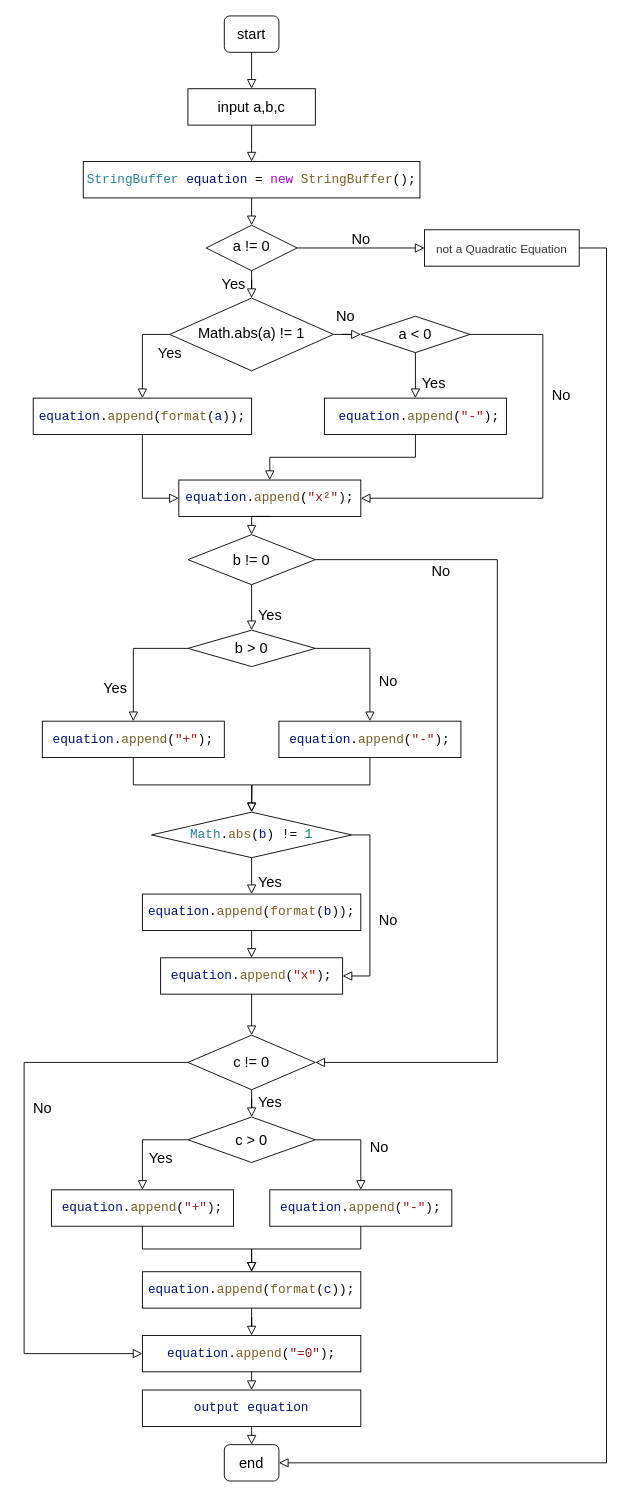
Earlier version of the draw.io diagram UML_practice/Untitled Diagram.drawio (rise0608/images). Source tidied: cells renumbered, new cells numbered last; positions are measured from the earlier drawing's top-left corner, leaving out a move shared by most shapes. Both pictures are drawn from the tidied source at 91%, with x=0, y=0 at pixel (24, 15).
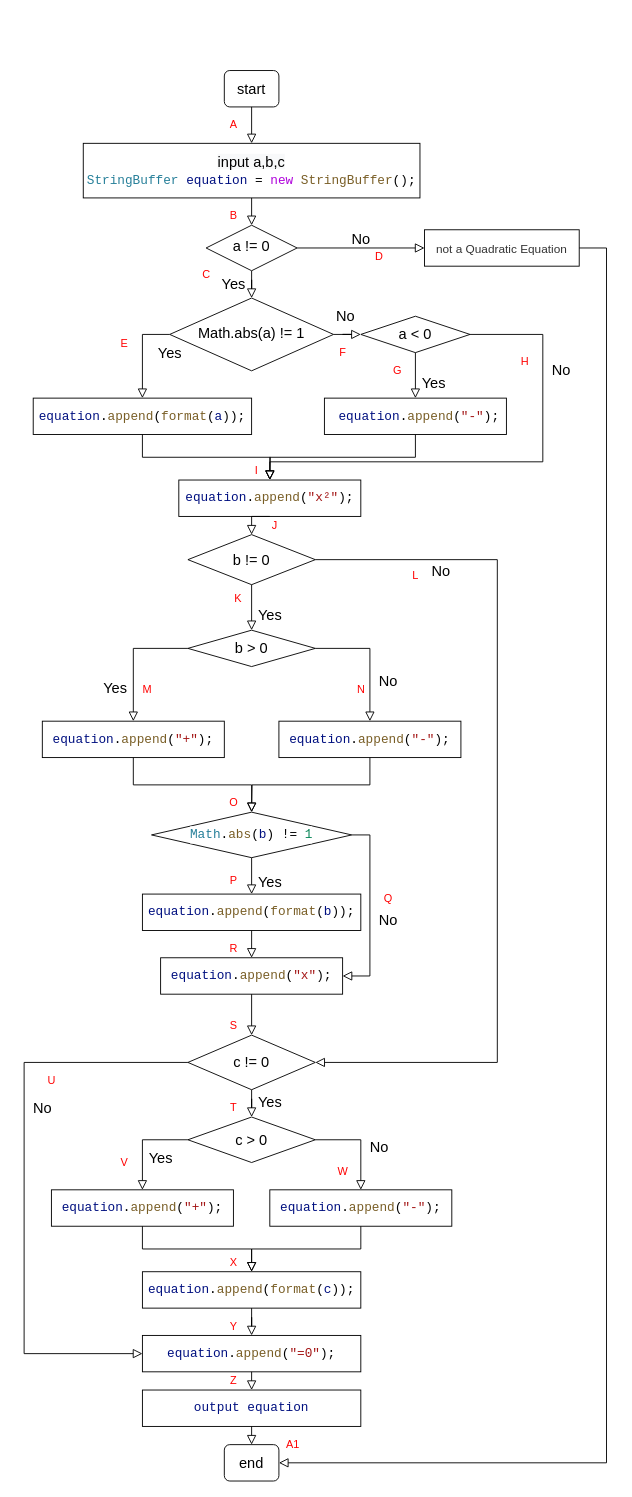
The same diagram, later.

The change refers to these unchanged cells:
```xml
<mxCell id="11" value="&lt;div style=&quot;background-color: rgb(255 , 255 , 255) ; font-family: &amp;#34;consolas&amp;#34; , &amp;#34;courier new&amp;#34; , monospace ; font-size: 14px ; line-height: 19px&quot;&gt;&lt;p&gt;&lt;span style=&quot;color: #001080&quot;&gt;equation&lt;/span&gt;.&lt;span style=&quot;color: #795e26&quot;&gt;append&lt;/span&gt;(&lt;span style=&quot;color: #795e26&quot;&gt;format&lt;/span&gt;(&lt;span style=&quot;color: #001080&quot;&gt;a&lt;/span&gt;));&lt;br&gt;&lt;/p&gt;&lt;/div&gt;" style="rounded=0;whiteSpace=wrap;html=1;fontSize=16;glass=0;strokeWidth=1;shadow=0;" parent="1" vertex="1">
  <mxGeometry x="10" y="420" width="240" height="40" as="geometry" />
</mxCell>
<mxCell id="12" value="a &amp;lt; 0" style="rhombus;whiteSpace=wrap;html=1;fontSize=16;" parent="1" vertex="1">
  <mxGeometry x="370" y="330" width="120" height="40" as="geometry" />
</mxCell>
<mxCell id="14" value="&lt;div style=&quot;background-color: rgb(255 , 255 , 255) ; font-family: &amp;#34;consolas&amp;#34; , &amp;#34;courier new&amp;#34; , monospace ; font-size: 14px ; line-height: 19px&quot;&gt;&lt;span style=&quot;color: #001080&quot;&gt;equation&lt;/span&gt;.&lt;span style=&quot;color: #795e26&quot;&gt;append&lt;/span&gt;(&lt;span style=&quot;color: #a31515&quot;&gt;&quot;x²&quot;&lt;/span&gt;);&lt;/div&gt;" style="rounded=0;whiteSpace=wrap;html=1;fontSize=16;glass=0;strokeWidth=1;shadow=0;" parent="1" vertex="1">
  <mxGeometry x="170" y="510" width="200" height="40" as="geometry" />
</mxCell>
```

What changed in the source:
```diff
@@
     <mxCell id="2" value="start" style="rounded=1;whiteSpace=wrap;html=1;fontSize=16;glass=0;strokeWidth=1;shadow=0;" parent="1" vertex="1">
-      <mxGeometry x="220" width="60" height="40" as="geometry" />
+      <mxGeometry x="220" y="60" width="60" height="40" as="geometry" />
     </mxCell>
@@
-    <mxCell id="17" value="No" style="rounded=0;html=1;jettySize=auto;fontSize=16;endArrow=block;endFill=0;endSize=8;strokeWidth=1;shadow=0;labelBackgroundColor=none;edgeStyle=orthogonalEdgeStyle;exitX=1;exitY=0.5;exitDx=0;exitDy=0;entryX=1;entryY=0.5;entryDx=0;entryDy=0;" parent="1" edge="1" source="12" target="14">
-      <mxGeometry x="-0.36" y="20" relative="1" as="geometry">
+    <mxCell id="17" value="No" style="rounded=0;html=1;jettySize=auto;fontSize=16;endArrow=block;endFill=0;endSize=8;strokeWidth=1;shadow=0;labelBackgroundColor=none;edgeStyle=orthogonalEdgeStyle;exitX=1;exitY=0.5;exitDx=0;exitDy=0;" parent="1" edge="1" source="12">
+      <mxGeometry x="-0.56" y="20" relative="1" as="geometry">
+        <mxPoint x="270" y="510" as="targetPoint" />
         <Array as="points">
           <mxPoint x="570" y="350" />
-          <mxPoint x="570" y="530" />
+          <mxPoint x="570" y="490" />
+          <mxPoint x="270" y="490" />
         </Array>
       </mxGeometry>
     </mxCell>
@@
-    <mxCell id="28" value="input a,b,c" style="rounded=0;whiteSpace=wrap;html=1;fontSize=16;glass=0;strokeWidth=1;shadow=0;" parent="1" vertex="1">
-      <mxGeometry x="180" y="80" width="140" height="40" as="geometry" />
-    </mxCell>
-    <mxCell id="29" style="rounded=0;html=1;jettySize=auto;fontSize=16;endArrow=block;endFill=0;endSize=8;strokeWidth=1;shadow=0;labelBackgroundColor=none;edgeStyle=orthogonalEdgeStyle;entryX=0.5;entryY=0;entryDx=0;entryDy=0;" parent="1" edge="1" source="28" target="50">
-      <mxGeometry y="20" relative="1" as="geometry" />
-    </mxCell>
-    <mxCell id="30" style="rounded=0;html=1;jettySize=auto;fontSize=16;endArrow=block;endFill=0;endSize=8;strokeWidth=1;shadow=0;labelBackgroundColor=none;edgeStyle=orthogonalEdgeStyle;exitX=0.5;exitY=1;exitDx=0;exitDy=0;entryX=0.5;entryY=0;entryDx=0;entryDy=0;" parent="1" edge="1" source="2" target="28">
+    <mxCell id="30" style="rounded=0;html=1;jettySize=auto;fontSize=16;endArrow=block;endFill=0;endSize=8;strokeWidth=1;shadow=0;labelBackgroundColor=none;edgeStyle=orthogonalEdgeStyle;exitX=0.5;exitY=1;exitDx=0;exitDy=0;entryX=0.5;entryY=0;entryDx=0;entryDy=0;" parent="1" edge="1" source="2" target="50">
       <mxGeometry y="20" relative="1" as="geometry" />
     </mxCell>
@@
-    <mxCell id="33" style="rounded=0;html=1;jettySize=auto;fontSize=16;endArrow=block;endFill=0;endSize=8;strokeWidth=1;shadow=0;labelBackgroundColor=none;edgeStyle=orthogonalEdgeStyle;entryX=0;entryY=0.5;entryDx=0;entryDy=0;exitX=0.5;exitY=1;exitDx=0;exitDy=0;" parent="1" edge="1" source="11" target="14">
-      <mxGeometry y="20" relative="1" as="geometry" />
+    <mxCell id="33" style="rounded=0;html=1;jettySize=auto;fontSize=16;endArrow=block;endFill=0;endSize=8;strokeWidth=1;shadow=0;labelBackgroundColor=none;edgeStyle=orthogonalEdgeStyle;exitX=0.5;exitY=1;exitDx=0;exitDy=0;" parent="1" edge="1" source="11">
+      <mxGeometry y="20" relative="1" as="geometry">
+        <mxPoint x="270" y="510" as="targetPoint" />
+      </mxGeometry>
     </mxCell>
@@
-    <mxCell id="50" value="&lt;div style=&quot;background-color: rgb(255 , 255 , 255) ; font-family: &amp;#34;consolas&amp;#34; , &amp;#34;courier new&amp;#34; , monospace ; font-size: 14px ; line-height: 19px&quot;&gt;&lt;span style=&quot;color: #267f99&quot;&gt;StringBuffer&lt;/span&gt;&amp;nbsp;&lt;span style=&quot;color: #001080&quot;&gt;equation&lt;/span&gt;&amp;nbsp;=&amp;nbsp;&lt;span style=&quot;color: #af00db&quot;&gt;new&lt;/span&gt;&amp;nbsp;&lt;span style=&quot;color: #795e26&quot;&gt;StringBuffer&lt;/span&gt;();&lt;/div&gt;" style="rounded=0;whiteSpace=wrap;html=1;fontSize=16;glass=0;strokeWidth=1;shadow=0;" parent="1" vertex="1">
-      <mxGeometry x="65" y="160" width="370" height="40" as="geometry" />
+    <mxCell id="50" value="&lt;div style=&quot;background-color: rgb(255 , 255 , 255) ; font-family: &amp;#34;consolas&amp;#34; , &amp;#34;courier new&amp;#34; , monospace ; font-size: 14px ; line-height: 19px&quot;&gt;&lt;span style=&quot;font-family: &amp;#34;helvetica&amp;#34; ; font-size: 16px ; background-color: rgb(248 , 249 , 250)&quot;&gt;input a,b,c&lt;/span&gt;&lt;span style=&quot;color: #267f99&quot;&gt;&lt;br&gt;&lt;/span&gt;&lt;/div&gt;&lt;div style=&quot;background-color: rgb(255 , 255 , 255) ; font-family: &amp;#34;consolas&amp;#34; , &amp;#34;courier new&amp;#34; , monospace ; font-size: 14px ; line-height: 19px&quot;&gt;&lt;span style=&quot;color: #267f99&quot;&gt;StringBuffer&lt;/span&gt;&amp;nbsp;&lt;span style=&quot;color: #001080&quot;&gt;equation&lt;/span&gt;&amp;nbsp;=&amp;nbsp;&lt;span style=&quot;color: #af00db&quot;&gt;new&lt;/span&gt;&amp;nbsp;&lt;span style=&quot;color: #795e26&quot;&gt;StringBuffer&lt;/span&gt;();&lt;/div&gt;" style="rounded=0;whiteSpace=wrap;html=1;fontSize=16;glass=0;strokeWidth=1;shadow=0;" parent="1" vertex="1">
+      <mxGeometry x="65" y="140" width="370" height="60" as="geometry" />
     </mxCell>
@@
+    <mxCell id="59" value="&lt;font color=&quot;#ff0000&quot;&gt;A&lt;/font&gt;" style="text;html=1;align=center;verticalAlign=middle;strokeColor=none;" parent="1" vertex="1">
+      <mxGeometry x="220" y="110" width="20" height="20" as="geometry" />
+    </mxCell>
+    <mxCell id="60" value="&lt;font color=&quot;#ff0000&quot;&gt;B&lt;/font&gt;" style="text;html=1;align=center;verticalAlign=middle;strokeColor=none;" parent="1" vertex="1">
+      <mxGeometry x="220" y="210" width="20" height="20" as="geometry" />
+    </mxCell>
+    <mxCell id="61" value="&lt;font color=&quot;#ff0000&quot;&gt;C&lt;/font&gt;" style="text;html=1;align=center;verticalAlign=middle;strokeColor=none;" parent="1" vertex="1">
+      <mxGeometry x="190" y="275" width="20" height="20" as="geometry" />
+    </mxCell>
+    <mxCell id="62" value="&lt;font color=&quot;#ff0000&quot;&gt;D&lt;/font&gt;" style="text;html=1;align=center;verticalAlign=middle;strokeColor=none;" parent="1" vertex="1">
+      <mxGeometry x="380" y="255" width="20" height="20" as="geometry" />
+    </mxCell>
+    <mxCell id="63" value="&lt;font color=&quot;#ff0000&quot;&gt;E&lt;/font&gt;" style="text;html=1;align=center;verticalAlign=middle;strokeColor=none;" parent="1" vertex="1">
+      <mxGeometry x="100" y="350" width="20" height="20" as="geometry" />
+    </mxCell>
+    <mxCell id="64" value="&lt;font color=&quot;#ff0000&quot;&gt;F&lt;/font&gt;" style="text;html=1;align=center;verticalAlign=middle;strokeColor=none;" parent="1" vertex="1">
+      <mxGeometry x="340" y="360" width="20" height="20" as="geometry" />
+    </mxCell>
+    <mxCell id="65" value="&lt;font color=&quot;#ff0000&quot;&gt;G&lt;/font&gt;" style="text;html=1;align=center;verticalAlign=middle;strokeColor=none;" parent="1" vertex="1">
+      <mxGeometry x="400" y="380" width="20" height="20" as="geometry" />
+    </mxCell>
+    <mxCell id="66" value="&lt;font color=&quot;#ff0000&quot;&gt;H&lt;/font&gt;" style="text;html=1;align=center;verticalAlign=middle;strokeColor=none;" parent="1" vertex="1">
+      <mxGeometry x="540" y="370" width="20" height="20" as="geometry" />
+    </mxCell>
+    <mxCell id="67" value="&lt;font color=&quot;#ff0000&quot;&gt;I&lt;/font&gt;" style="text;html=1;align=center;verticalAlign=middle;strokeColor=none;" parent="1" vertex="1">
+      <mxGeometry x="245" y="490" width="20" height="20" as="geometry" />
+    </mxCell>
+    <mxCell id="68" value="&lt;font color=&quot;#ff0000&quot;&gt;J&lt;/font&gt;" style="text;html=1;align=center;verticalAlign=middle;strokeColor=none;" parent="1" vertex="1">
+      <mxGeometry x="265" y="550" width="20" height="20" as="geometry" />
+    </mxCell>
+    <mxCell id="69" value="&lt;font color=&quot;#ff0000&quot;&gt;K&lt;/font&gt;" style="text;html=1;align=center;verticalAlign=middle;strokeColor=none;" parent="1" vertex="1">
+      <mxGeometry x="225" y="630" width="20" height="20" as="geometry" />
+    </mxCell>
+    <mxCell id="70" value="&lt;font color=&quot;#ff0000&quot;&gt;L&lt;/font&gt;" style="text;html=1;align=center;verticalAlign=middle;strokeColor=none;" parent="1" vertex="1">
+      <mxGeometry x="420" y="605" width="20" height="20" as="geometry" />
+    </mxCell>
+    <mxCell id="71" value="&lt;font color=&quot;#ff0000&quot;&gt;M&lt;/font&gt;" style="text;html=1;align=center;verticalAlign=middle;strokeColor=none;" parent="1" vertex="1">
+      <mxGeometry x="120" y="730" width="30" height="20" as="geometry" />
+    </mxCell>
+    <mxCell id="72" value="&lt;font color=&quot;#ff0000&quot;&gt;N&lt;/font&gt;" style="text;html=1;align=center;verticalAlign=middle;strokeColor=none;" parent="1" vertex="1">
+      <mxGeometry x="360" y="730" width="20" height="20" as="geometry" />
+    </mxCell>
+    <mxCell id="73" value="&lt;font color=&quot;#ff0000&quot;&gt;O&lt;/font&gt;" style="text;html=1;align=center;verticalAlign=middle;strokeColor=none;" parent="1" vertex="1">
+      <mxGeometry x="220" y="855" width="20" height="20" as="geometry" />
+    </mxCell>
+    <mxCell id="74" value="&lt;font color=&quot;#ff0000&quot;&gt;P&lt;/font&gt;" style="text;html=1;align=center;verticalAlign=middle;strokeColor=none;" parent="1" vertex="1">
+      <mxGeometry x="220" y="940" width="20" height="20" as="geometry" />
+    </mxCell>
+    <mxCell id="75" value="&lt;font color=&quot;#ff0000&quot;&gt;Q&lt;/font&gt;" style="text;html=1;align=center;verticalAlign=middle;strokeColor=none;" parent="1" vertex="1">
+      <mxGeometry x="390" y="960" width="20" height="20" as="geometry" />
+    </mxCell>
+    <mxCell id="76" value="&lt;font color=&quot;#ff0000&quot;&gt;R&lt;/font&gt;" style="text;html=1;align=center;verticalAlign=middle;strokeColor=none;" parent="1" vertex="1">
+      <mxGeometry x="220" y="1015" width="20" height="20" as="geometry" />
+    </mxCell>
+    <mxCell id="77" value="&lt;font color=&quot;#ff0000&quot;&gt;S&lt;/font&gt;" style="text;html=1;align=center;verticalAlign=middle;strokeColor=none;" parent="1" vertex="1">
+      <mxGeometry x="220" y="1100" width="20" height="20" as="geometry" />
+    </mxCell>
+    <mxCell id="78" value="&lt;font color=&quot;#ff0000&quot;&gt;T&lt;/font&gt;" style="text;html=1;align=center;verticalAlign=middle;strokeColor=none;" parent="1" vertex="1">
+      <mxGeometry x="220" y="1190" width="20" height="20" as="geometry" />
+    </mxCell>
+    <mxCell id="79" value="&lt;font color=&quot;#ff0000&quot;&gt;U&lt;/font&gt;" style="text;html=1;align=center;verticalAlign=middle;strokeColor=none;" parent="1" vertex="1">
+      <mxGeometry x="20" y="1160" width="20" height="20" as="geometry" />
+    </mxCell>
+    <mxCell id="80" value="&lt;font color=&quot;#ff0000&quot;&gt;V&lt;/font&gt;" style="text;html=1;align=center;verticalAlign=middle;strokeColor=none;" parent="1" vertex="1">
+      <mxGeometry x="100" y="1250" width="20" height="20" as="geometry" />
+    </mxCell>
+    <mxCell id="81" value="&lt;font color=&quot;#ff0000&quot;&gt;W&lt;/font&gt;" style="text;html=1;align=center;verticalAlign=middle;strokeColor=none;" parent="1" vertex="1">
+      <mxGeometry x="335" y="1260" width="30" height="20" as="geometry" />
+    </mxCell>
+    <mxCell id="82" value="&lt;font color=&quot;#ff0000&quot;&gt;X&lt;/font&gt;" style="text;html=1;align=center;verticalAlign=middle;strokeColor=none;" parent="1" vertex="1">
+      <mxGeometry x="220" y="1360" width="20" height="20" as="geometry" />
+    </mxCell>
+    <mxCell id="83" value="&lt;font color=&quot;#ff0000&quot;&gt;Y&lt;/font&gt;" style="text;html=1;align=center;verticalAlign=middle;strokeColor=none;" parent="1" vertex="1">
+      <mxGeometry x="220" y="1430" width="20" height="20" as="geometry" />
+    </mxCell>
+    <mxCell id="84" value="&lt;font color=&quot;#ff0000&quot;&gt;Z&lt;/font&gt;" style="text;html=1;align=center;verticalAlign=middle;strokeColor=none;" parent="1" vertex="1">
+      <mxGeometry x="220" y="1490" width="20" height="20" as="geometry" />
+    </mxCell>
+    <mxCell id="85" value="&lt;font color=&quot;#ff0000&quot;&gt;A1&lt;/font&gt;" style="text;html=1;align=center;verticalAlign=middle;strokeColor=none;" parent="1" vertex="1">
+      <mxGeometry x="280" y="1560" width="30" height="20" as="geometry" />
+    </mxCell>
```
